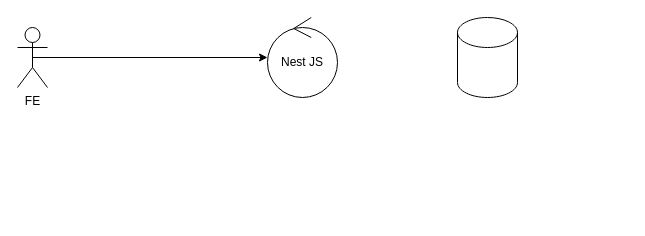
Before: Untitled Diagram.drawio in han-tara/exercise-nest-rest, a draw.io diagram. Source tidied: cells renumbered, new cells numbered last; positions are measured from the earlier drawing's top-left corner, leaving out a move shared by most shapes. Both pictures are drawn from the tidied source at 100%, with x=0, y=0 at pixel (17, 17).
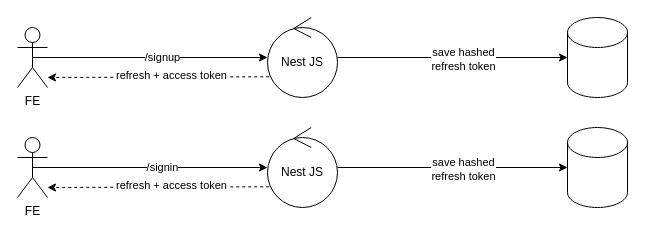
The same page after the edit.

Unchanged cells that the change refers to:
```xml
<mxCell id="2" style="edgeStyle=orthogonalEdgeStyle;rounded=0;jettySize=auto;html=1;exitX=0.5;exitY=0.5;exitDx=0;exitDy=0;exitPerimeter=0;" parent="1" edge="1" source="3" target="5">
  <mxGeometry relative="1" as="geometry" />
</mxCell>
<mxCell id="5" value="Nest JS" style="ellipse;shape=umlControl;whiteSpace=wrap;html=1;" parent="1" vertex="1">
  <mxGeometry x="250" width="70" height="80" as="geometry" />
</mxCell>
```

Diff of the diagram source:
```diff
@@
+    <mxCell id="6" value="/signup" style="edgeLabel;html=1;align=center;verticalAlign=middle;" parent="2" vertex="1">
+      <mxGeometry x="0.1" y="1" relative="1" as="geometry" />
+    </mxCell>
@@
     <mxCell id="4" style="shape=cylinder3;whiteSpace=wrap;html=1;boundedLbl=1;backgroundOutline=1;size=15;" parent="1" vertex="1">
-      <mxGeometry x="440" width="60" height="80" as="geometry" />
+      <mxGeometry x="550" width="60" height="80" as="geometry" />
     </mxCell>
+    <mxCell id="7" style="edgeStyle=orthogonalEdgeStyle;rounded=0;jettySize=auto;html=1;entryX=0;entryY=0.5;entryDx=0;entryDy=0;entryPerimeter=0;" parent="1" edge="1" source="5" target="4">
+      <mxGeometry relative="1" as="geometry" />
+    </mxCell>
+    <mxCell id="8" value="save hashed&lt;br&gt;refresh token" style="edgeLabel;html=1;align=center;verticalAlign=middle;" parent="7" vertex="1">
+      <mxGeometry x="0.09" y="-1" relative="1" as="geometry" />
+    </mxCell>
@@
+    <mxCell id="9" style="endArrow=classic;html=1;rounded=0;exitX=0.025;exitY=0.741;exitDx=0;exitDy=0;exitPerimeter=0;dashed=1;" parent="1" edge="1" source="5">
+      <mxGeometry relative="1" as="geometry">
+        <mxPoint x="30" y="60" as="targetPoint" />
+      </mxGeometry>
+    </mxCell>
+    <mxCell id="10" value="refresh + access token" style="edgeLabel;html=1;align=center;verticalAlign=middle;" parent="9" vertex="1">
+      <mxGeometry x="-0.12" y="-2" relative="1" as="geometry" />
+    </mxCell>
+    <mxCell id="11" style="edgeStyle=orthogonalEdgeStyle;rounded=0;jettySize=auto;html=1;exitX=0.5;exitY=0.5;exitDx=0;exitDy=0;exitPerimeter=0;" parent="1" edge="1" source="13" target="17">
+      <mxGeometry relative="1" as="geometry" />
+    </mxCell>
+    <mxCell id="12" value="/signin" style="edgeLabel;html=1;align=center;verticalAlign=middle;" parent="11" vertex="1">
+      <mxGeometry x="0.1" y="1" relative="1" as="geometry" />
+    </mxCell>
+    <mxCell id="13" value="FE" style="shape=umlActor;verticalLabelPosition=bottom;verticalAlign=top;html=1;outlineConnect=0;" parent="1" vertex="1">
+      <mxGeometry y="120" width="30" height="60" as="geometry" />
+    </mxCell>
+    <mxCell id="14" style="shape=cylinder3;whiteSpace=wrap;html=1;boundedLbl=1;backgroundOutline=1;size=15;" parent="1" vertex="1">
+      <mxGeometry x="550" y="110" width="60" height="80" as="geometry" />
+    </mxCell>
+    <mxCell id="15" style="edgeStyle=orthogonalEdgeStyle;rounded=0;jettySize=auto;html=1;entryX=0;entryY=0.5;entryDx=0;entryDy=0;entryPerimeter=0;" parent="1" edge="1" source="17" target="14">
+      <mxGeometry relative="1" as="geometry" />
+    </mxCell>
+    <mxCell id="16" value="save hashed&lt;br&gt;refresh token" style="edgeLabel;html=1;align=center;verticalAlign=middle;" parent="15" vertex="1">
+      <mxGeometry x="0.09" y="-1" relative="1" as="geometry" />
+    </mxCell>
+    <mxCell id="17" value="Nest JS" style="ellipse;shape=umlControl;whiteSpace=wrap;html=1;" parent="1" vertex="1">
+      <mxGeometry x="250" y="110" width="70" height="80" as="geometry" />
+    </mxCell>
+    <mxCell id="18" style="endArrow=classic;html=1;rounded=0;exitX=0.025;exitY=0.741;exitDx=0;exitDy=0;exitPerimeter=0;dashed=1;" parent="1" edge="1" source="17">
+      <mxGeometry relative="1" as="geometry">
+        <mxPoint x="30" y="170" as="targetPoint" />
+      </mxGeometry>
+    </mxCell>
+    <mxCell id="19" value="refresh + access token" style="edgeLabel;html=1;align=center;verticalAlign=middle;" parent="18" vertex="1">
+      <mxGeometry x="-0.12" y="-2" relative="1" as="geometry" />
+    </mxCell>
```
